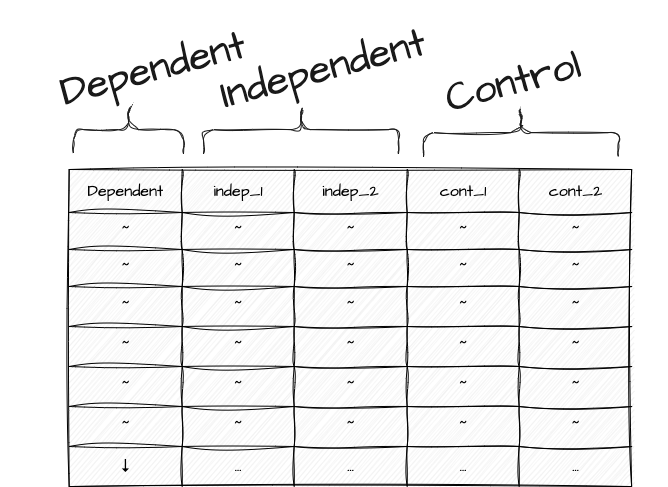
Earlier version of the draw.io export docs/figures/approaching-analysis/aa-ida-variables.drawio.png (qtalr/book). Source tidied: cells renumbered, new cells last; positions are measured from the earlier drawing's top-left corner, leaving out a move shared by most shapes.
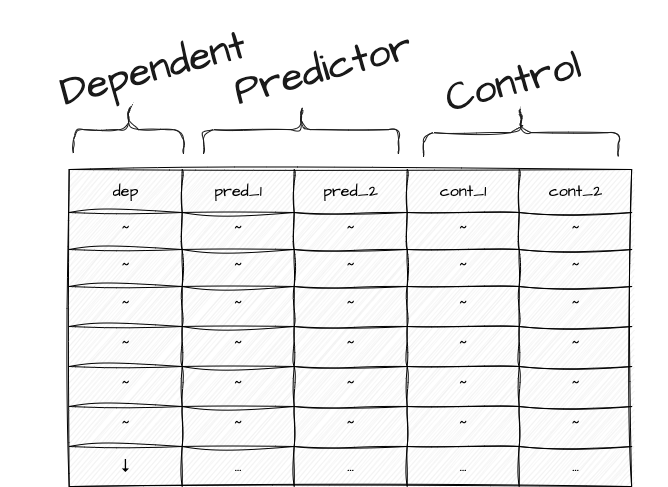
The same file after the commit.

What changed in the source:
```diff
@@ -8,13 +8,13 @@
     <mxCell id="3" style="shape=tableRow;horizontal=0;startSize=0;swimlaneHead=0;swimlaneBody=0;strokeColor=#000000;top=0;left=0;bottom=0;right=0;fillColor=none;fontSize=16;hachureGap=4;fontFamily=Architects Daughter;fontSource=https%3A%2F%2Ffonts.googleapis.com%2Fcss%3Ffamily%3DArchitects%2BDaughter;fontColor=#000000;labelBackgroundColor=none;swimlaneLine=0;swimlaneFillColor=none;strokeWidth=1;sketchStyle=rough;sketch=1;curveFitting=1;jiggle=2;" parent="2" vertex="1">
       <mxGeometry width="562.5" height="43" as="geometry" />
     </mxCell>
-    <mxCell id="4" value="Dependent" style="shape=partialRectangle;html=1;whiteSpace=wrap;strokeColor=#000000;overflow=hidden;fillColor=none;top=0;left=0;bottom=0;right=0;fontSize=16;hachureGap=4;fontFamily=Architects Daughter;fontSource=https%3A%2F%2Ffonts.googleapis.com%2Fcss%3Ffamily%3DArchitects%2BDaughter;fontColor=#000000;labelBackgroundColor=none;swimlaneLine=0;sketch=1;curveFitting=1;jiggle=2;swimlaneFillColor=none;" parent="3" vertex="1">
+    <mxCell id="4" value="dep" style="shape=partialRectangle;html=1;whiteSpace=wrap;strokeColor=#000000;overflow=hidden;fillColor=none;top=0;left=0;bottom=0;right=0;fontSize=16;hachureGap=4;fontFamily=Architects Daughter;fontSource=https%3A%2F%2Ffonts.googleapis.com%2Fcss%3Ffamily%3DArchitects%2BDaughter;fontColor=#000000;labelBackgroundColor=none;swimlaneLine=0;sketch=1;curveFitting=1;jiggle=2;swimlaneFillColor=none;" parent="3" vertex="1">
       <mxGeometry width="113" height="43" as="geometry" />
     </mxCell>
-    <mxCell id="5" value="indep_1" style="shape=partialRectangle;html=1;whiteSpace=wrap;strokeColor=#000000;overflow=hidden;fillColor=none;top=0;left=0;bottom=0;right=0;fontSize=16;hachureGap=4;fontFamily=Architects Daughter;fontSource=https%3A%2F%2Ffonts.googleapis.com%2Fcss%3Ffamily%3DArchitects%2BDaughter;fontColor=#000000;labelBackgroundColor=none;swimlaneLine=0;sketch=1;curveFitting=1;jiggle=2;swimlaneFillColor=none;" parent="3" vertex="1">
+    <mxCell id="5" value="pred_1" style="shape=partialRectangle;html=1;whiteSpace=wrap;strokeColor=#000000;overflow=hidden;fillColor=none;top=0;left=0;bottom=0;right=0;fontSize=16;hachureGap=4;fontFamily=Architects Daughter;fontSource=https%3A%2F%2Ffonts.googleapis.com%2Fcss%3Ffamily%3DArchitects%2BDaughter;fontColor=#000000;labelBackgroundColor=none;swimlaneLine=0;sketch=1;curveFitting=1;jiggle=2;swimlaneFillColor=none;" parent="3" vertex="1">
       <mxGeometry x="113" width="112" height="43" as="geometry" />
     </mxCell>
-    <mxCell id="6" value="indep_2" style="shape=partialRectangle;html=1;whiteSpace=wrap;strokeColor=#000000;overflow=hidden;fillColor=none;top=0;left=0;bottom=0;right=0;fontSize=16;hachureGap=4;fontFamily=Architects Daughter;fontSource=https%3A%2F%2Ffonts.googleapis.com%2Fcss%3Ffamily%3DArchitects%2BDaughter;fontColor=#000000;labelBackgroundColor=none;swimlaneLine=0;sketch=1;curveFitting=1;jiggle=2;swimlaneFillColor=none;" parent="3" vertex="1">
+    <mxCell id="6" value="pred_2" style="shape=partialRectangle;html=1;whiteSpace=wrap;strokeColor=#000000;overflow=hidden;fillColor=none;top=0;left=0;bottom=0;right=0;fontSize=16;hachureGap=4;fontFamily=Architects Daughter;fontSource=https%3A%2F%2Ffonts.googleapis.com%2Fcss%3Ffamily%3DArchitects%2BDaughter;fontColor=#000000;labelBackgroundColor=none;swimlaneLine=0;sketch=1;curveFitting=1;jiggle=2;swimlaneFillColor=none;" parent="3" vertex="1">
       <mxGeometry x="225" width="113" height="43" as="geometry" />
     </mxCell>
     <mxCell id="7" value="cont_1" style="shape=partialRectangle;html=1;whiteSpace=wrap;strokeColor=#000000;overflow=hidden;fillColor=none;top=0;left=0;bottom=0;right=0;fontSize=16;hachureGap=4;fontFamily=Architects Daughter;fontSource=https%3A%2F%2Ffonts.googleapis.com%2Fcss%3Ffamily%3DArchitects%2BDaughter;fontColor=#000000;labelBackgroundColor=none;swimlaneLine=0;sketch=1;curveFitting=1;jiggle=2;swimlaneFillColor=none;" parent="3" vertex="1">
@@ -152,7 +152,7 @@
     <mxCell id="51" style="shape=curlyBracket;whiteSpace=wrap;html=1;rounded=1;labelPosition=left;verticalLabelPosition=middle;align=right;verticalAlign=middle;hachureGap=4;strokeColor=#1A1A1A;fontFamily=Architects Daughter;fontSource=https%3A%2F%2Ffonts.googleapis.com%2Fcss%3Ffamily%3DArchitects%2BDaughter;fontSize=20;fontColor=#1A1A1A;fillColor=#EEEEEE;direction=south;swimlaneLine=0;sketch=1;curveFitting=1;jiggle=2;swimlaneFillColor=none;" parent="1" vertex="1">
       <mxGeometry x="200" y="67.3" width="195" height="47.7" as="geometry" />
     </mxCell>
-    <mxCell id="52" value="&lt;font style=&quot;font-size: 40px;&quot;&gt;Independent&lt;/font&gt;" style="text;strokeColor=none;align=center;fillColor=none;html=1;verticalAlign=middle;whiteSpace=wrap;rounded=0;fontSize=20;fontFamily=Architects Daughter;fontColor=#1A1A1A;swimlaneLine=0;sketch=1;curveFitting=1;jiggle=2;swimlaneFillColor=none;rotation=345;" parent="1" vertex="1">
+    <mxCell id="52" value="&lt;font style=&quot;font-size: 40px;&quot;&gt;Predictor&lt;/font&gt;" style="text;strokeColor=none;align=center;fillColor=none;html=1;verticalAlign=middle;whiteSpace=wrap;rounded=0;fontSize=20;fontFamily=Architects Daughter;fontColor=#1A1A1A;swimlaneLine=0;sketch=1;curveFitting=1;jiggle=2;swimlaneFillColor=none;rotation=345;" parent="1" vertex="1">
       <mxGeometry x="170" width="300" height="62.3" as="geometry" />
     </mxCell>
     <mxCell id="53" style="shape=curlyBracket;whiteSpace=wrap;html=1;rounded=1;labelPosition=left;verticalLabelPosition=middle;align=right;verticalAlign=middle;hachureGap=4;strokeColor=#1A1A1A;fontFamily=Architects Daughter;fontSource=https%3A%2F%2Ffonts.googleapis.com%2Fcss%3Ffamily%3DArchitects%2BDaughter;fontSize=20;fontColor=#1A1A1A;fillColor=#EEEEEE;direction=south;swimlaneLine=0;sketch=1;curveFitting=1;jiggle=2;swimlaneFillColor=none;" parent="1" vertex="1">
@@ -167,5 +167,11 @@
     <mxCell id="56" value="&lt;font style=&quot;font-size: 40px;&quot;&gt;Control&lt;/font&gt;" style="text;strokeColor=none;align=center;fillColor=none;html=1;verticalAlign=middle;whiteSpace=wrap;rounded=0;fontSize=20;fontFamily=Architects Daughter;fontColor=#1A1A1A;swimlaneLine=0;sketch=1;curveFitting=1;jiggle=2;swimlaneFillColor=none;rotation=345;" parent="1" vertex="1">
       <mxGeometry x="360" y="13" width="300" height="62.3" as="geometry" />
     </mxCell>
+    <mxCell id="57" style="whiteSpace=wrap;html=1;fillColor=none;strokeColor=none;direction=south;" parent="1" vertex="1">
+      <mxGeometry x="50" y="213" width="10" height="120" as="geometry" />
+    </mxCell>
+    <mxCell id="58" style="whiteSpace=wrap;html=1;fillColor=none;strokeColor=none;direction=south;" parent="1" vertex="1">
+      <mxGeometry x="633" y="223" width="10" height="120" as="geometry" />
+    </mxCell>
   </root>
 </mxGraphModel>
```
